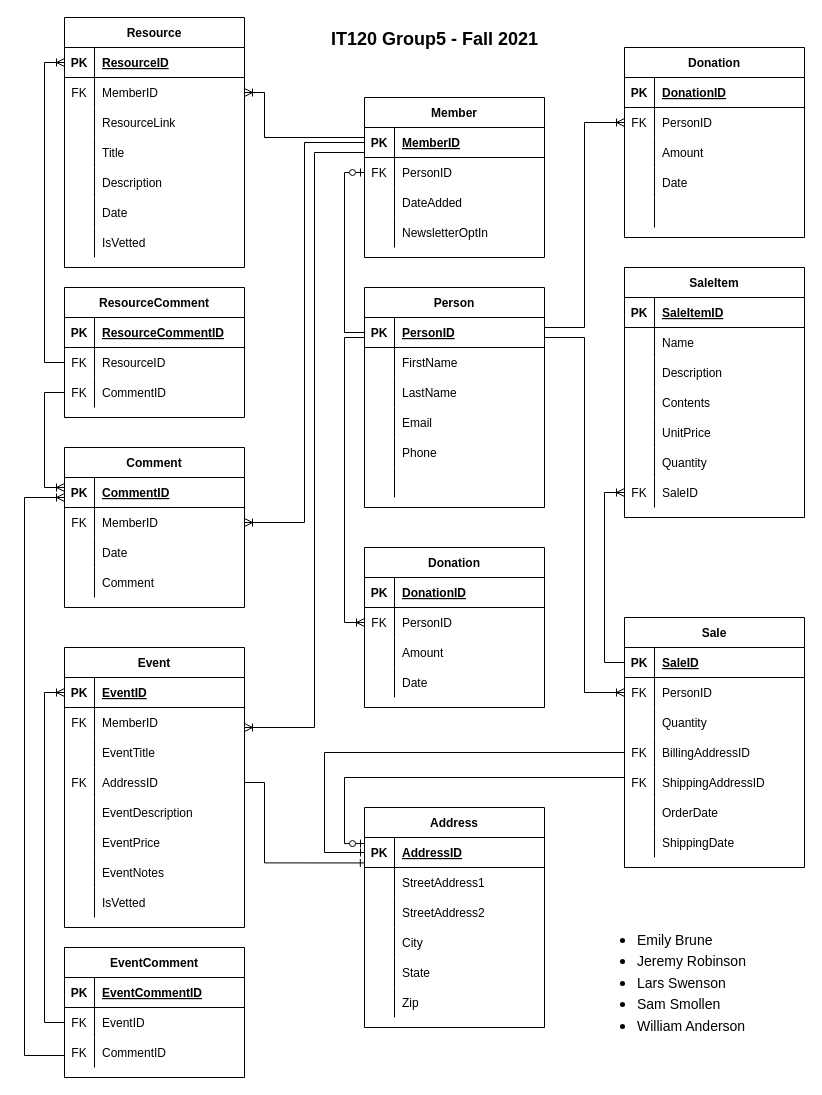
This is Diagrams/ClimateEntityDiagram.drawio from BeartoothHiker/it-120-group-project, a draw.io file, before an edit. Source tidied: cells renumbered, new cells numbered last; positions are measured from the earlier drawing's top-left corner, leaving out a move shared by most shapes. Both pictures are drawn from the tidied source at 100%, with x=0, y=0 at pixel (24, 17).
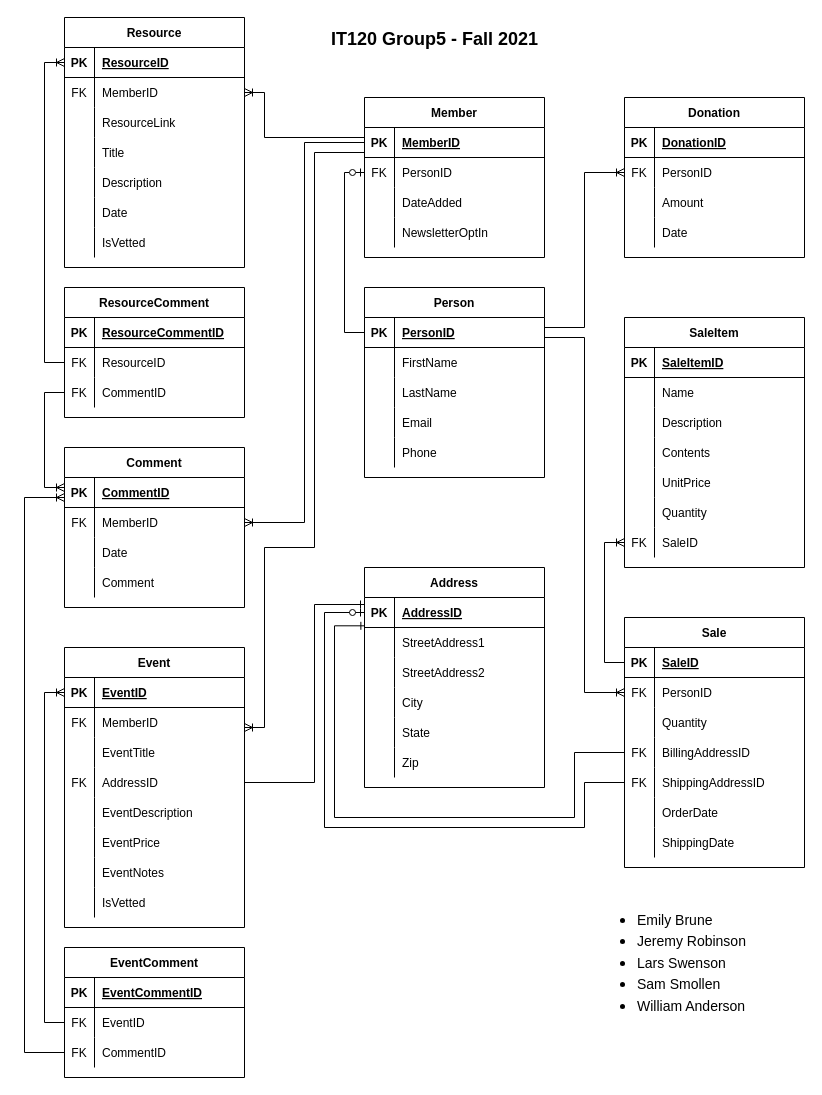
Above is the later version.

Commit message:
Remove duplicate Donation table

The change refers to these unchanged cells:
```xml
<mxCell id="3" style="shape=partialRectangle;fillColor=none;top=0;left=0;bottom=1;right=0;points=[[0,0.5],[1,0.5]];portConstraint=eastwest;" parent="2" vertex="1">
  <mxGeometry y="30" width="180" height="30" as="geometry" />
</mxCell>
<mxCell id="66" style="shape=partialRectangle;fillColor=none;top=0;left=0;bottom=0;right=0;points=[[0,0.5],[1,0.5]];portConstraint=eastwest;" parent="56" vertex="1">
  <mxGeometry y="120" width="180" height="30" as="geometry" />
</mxCell>
<mxCell id="101" style="shape=partialRectangle;fillColor=none;top=0;left=0;bottom=0;right=0;points=[[0,0.5],[1,0.5]];portConstraint=eastwest;" parent="97" vertex="1">
  <mxGeometry y="60" width="180" height="30" as="geometry" />
</mxCell>
<mxCell id="115" style="shape=partialRectangle;fillColor=none;top=0;left=0;bottom=1;right=0;points=[[0,0.5],[1,0.5]];portConstraint=eastwest;" parent="114" vertex="1">
  <mxGeometry y="30" width="180" height="30" as="geometry" />
</mxCell>
<mxCell id="124" style="shape=partialRectangle;fillColor=none;top=0;left=0;bottom=0;right=0;points=[[0,0.5],[1,0.5]];portConstraint=eastwest;" parent="114" vertex="1">
  <mxGeometry y="120" width="180" height="30" as="geometry" />
</mxCell>
<mxCell id="127" style="shape=partialRectangle;fillColor=none;top=0;left=0;bottom=0;right=0;points=[[0,0.5],[1,0.5]];portConstraint=eastwest;" parent="114" vertex="1">
  <mxGeometry y="150" width="180" height="30" as="geometry" />
</mxCell>
<mxCell id="137" style="shape=partialRectangle;fillColor=none;top=0;left=0;bottom=1;right=0;points=[[0,0.5],[1,0.5]];portConstraint=eastwest;" parent="136" vertex="1">
  <mxGeometry y="30" width="180" height="30" as="geometry" />
</mxCell>
<mxCell id="175" style="shape=partialRectangle;fillColor=none;top=0;left=0;bottom=0;right=0;points=[[0,0.5],[1,0.5]];portConstraint=eastwest;" parent="156" vertex="1">
  <mxGeometry y="210" width="180" height="30" as="geometry" />
</mxCell>
<mxCell id="191" style="shape=partialRectangle;fillColor=none;top=0;left=0;bottom=0;right=0;points=[[0,0.5],[1,0.5]];portConstraint=eastwest;" parent="184" vertex="1">
  <mxGeometry y="90" width="180" height="30" as="geometry" />
</mxCell>
```

Change to the diagram source:
```diff
@@
     <mxCell id="2" value="Person" style="shape=table;startSize=30;childLayout=tableLayout;rowLines=0;fontStyle=1;align=center;" parent="1" vertex="1">
-      <mxGeometry x="340" y="270" width="180" height="220" as="geometry" />
+      <mxGeometry x="340" y="270" width="180" height="190" as="geometry" />
     </mxCell>
@@
-    <mxCell id="18" style="shape=partialRectangle;fillColor=none;top=0;left=0;bottom=0;right=0;" parent="2" vertex="1">
-      <mxGeometry y="180" width="180" height="30" as="geometry" />
-    </mxCell>
-    <mxCell id="19" style="shape=partialRectangle;fillColor=none;top=0;left=0;bottom=0;right=0;overflow=hidden;" parent="18" vertex="1">
-      <mxGeometry width="30" height="30" as="geometry" />
-    </mxCell>
-    <mxCell id="20" style="shape=partialRectangle;fillColor=none;top=0;left=0;bottom=0;right=0;align=left;spacingLeft=6;overflow=hidden;" parent="18" vertex="1">
-      <mxGeometry x="30" width="150" height="30" as="geometry" />
-    </mxCell>
@@
     <mxCell id="94" style="edgeStyle=orthogonalEdgeStyle;fontSize=12;html=1;endArrow=ERoneToMany;endFill=0;rounded=0;exitX=0;exitY=0.5;exitDx=0;exitDy=0;entryX=1;entryY=0.5;entryDx=0;entryDy=0;" parent="1" edge="1">
       <mxGeometry relative="1" as="geometry">
         <mxPoint x="340" y="130" as="sourcePoint" />
         <mxPoint x="220" y="710" as="targetPoint" />
         <Array as="points">
           <mxPoint x="340" y="135" />
           <mxPoint x="290" y="135" />
-          <mxPoint x="290" y="710" />
+          <mxPoint x="290" y="530" />
+          <mxPoint x="240" y="530" />
+          <mxPoint x="240" y="710" />
         </Array>
       </mxGeometry>
     </mxCell>
@@
     <mxCell id="97" value="Donation" style="shape=table;startSize=30;childLayout=tableLayout;rowLines=0;fontStyle=1;align=center;" parent="1" vertex="1">
-      <mxGeometry x="600" y="30" width="180" height="190" as="geometry" />
+      <mxGeometry x="600" y="80" width="180" height="160" as="geometry" />
     </mxCell>
@@
-    <mxCell id="110" style="shape=partialRectangle;fillColor=none;top=0;left=0;bottom=0;right=0;" parent="97" vertex="1">
-      <mxGeometry y="150" width="180" height="30" as="geometry" />
-    </mxCell>
-    <mxCell id="111" style="shape=partialRectangle;fillColor=none;top=0;left=0;bottom=0;right=0;overflow=hidden;" parent="110" vertex="1">
-      <mxGeometry width="30" height="30" as="geometry" />
-    </mxCell>
-    <mxCell id="112" style="shape=partialRectangle;fillColor=none;top=0;left=0;bottom=0;right=0;align=left;spacingLeft=6;overflow=hidden;" parent="110" vertex="1">
-      <mxGeometry x="30" width="150" height="30" as="geometry" />
-    </mxCell>
     <mxCell id="113" style="edgeStyle=orthogonalEdgeStyle;fontSize=12;html=1;endArrow=ERoneToMany;rounded=0;entryX=0;entryY=0.5;entryDx=0;entryDy=0;exitX=1;exitY=0.5;exitDx=0;exitDy=0;" parent="1" edge="1" source="3" target="101">
       <mxGeometry relative="1" as="geometry">
         <Array as="points">
           <mxPoint x="520" y="310" />
           <mxPoint x="560" y="310" />
-          <mxPoint x="560" y="105" />
+          <mxPoint x="560" y="155" />
         </Array>
       </mxGeometry>
     </mxCell>
@@
     <mxCell id="136" value="Address" style="shape=table;startSize=30;childLayout=tableLayout;rowLines=0;fontStyle=1;align=center;" parent="1" vertex="1">
-      <mxGeometry x="340" y="790" width="180" height="220" as="geometry" />
+      <mxGeometry x="340" y="550" width="180" height="220" as="geometry" />
     </mxCell>
@@
-    <mxCell id="155" style="edgeStyle=orthogonalEdgeStyle;fontSize=12;html=1;endArrow=ERzeroToOne;endFill=1;rounded=0;exitX=0;exitY=0.5;exitDx=0;exitDy=0;entryX=0;entryY=0.202;entryDx=0;entryDy=0;entryPerimeter=0;" parent="1" edge="1" source="127" target="137">
+    <mxCell id="155" style="edgeStyle=orthogonalEdgeStyle;fontSize=12;html=1;endArrow=ERzeroToOne;endFill=1;rounded=0;exitX=0;exitY=0.5;exitDx=0;exitDy=0;entryX=0;entryY=0.5;entryDx=0;entryDy=0;" parent="1" edge="1" source="127" target="137">
       <mxGeometry relative="1" as="geometry">
         <Array as="points">
-          <mxPoint x="600" y="760" />
-          <mxPoint x="320" y="760" />
-          <mxPoint x="320" y="826" />
+          <mxPoint x="560" y="765" />
+          <mxPoint x="560" y="810" />
+          <mxPoint x="300" y="810" />
+          <mxPoint x="300" y="595" />
         </Array>
       </mxGeometry>
     </mxCell>
     <mxCell id="156" value="SaleItem" style="shape=table;startSize=30;childLayout=tableLayout;rowLines=0;fontStyle=1;align=center;" parent="1" vertex="1">
-      <mxGeometry x="600" y="250" width="180" height="250" as="geometry" />
+      <mxGeometry x="600" y="300" width="180" height="250" as="geometry" />
     </mxCell>
@@
-    <mxCell id="179" style="edgeStyle=orthogonalEdgeStyle;fontSize=12;html=1;endArrow=ERoneToMany;rounded=0;exitX=0;exitY=0.5;exitDx=0;exitDy=0;entryX=0;entryY=0.5;entryDx=0;entryDy=0;" parent="1" edge="1" source="3" target="212">
-      <mxGeometry relative="1" as="geometry">
-        <Array as="points">
-          <mxPoint x="340" y="320" />
-          <mxPoint x="320" y="320" />
-          <mxPoint x="320" y="605" />
-        </Array>
-      </mxGeometry>
-    </mxCell>
-    <mxCell id="180" style="edgeStyle=orthogonalEdgeStyle;fontSize=12;html=1;endArrow=ERone;endFill=1;rounded=0;entryX=-0.001;entryY=0.848;entryDx=0;entryDy=0;entryPerimeter=0;exitX=1;exitY=0.5;exitDx=0;exitDy=0;" parent="1" edge="1" source="66" target="137">
+    <mxCell id="180" style="edgeStyle=orthogonalEdgeStyle;fontSize=12;html=1;endArrow=ERone;endFill=1;rounded=0;exitX=1;exitY=0.5;exitDx=0;exitDy=0;" parent="1" edge="1" source="66">
       <mxGeometry relative="1" as="geometry">
+        <mxPoint x="340" y="587" as="targetPoint" />
         <Array as="points">
-          <mxPoint x="240" y="765" />
-          <mxPoint x="240" y="845" />
-          <mxPoint x="340" y="845" />
+          <mxPoint x="290" y="765" />
+          <mxPoint x="290" y="587" />
         </Array>
       </mxGeometry>
     </mxCell>
     <mxCell id="181" style="edgeStyle=orthogonalEdgeStyle;fontSize=12;html=1;endArrow=ERoneToMany;rounded=0;entryX=0;entryY=0.5;entryDx=0;entryDy=0;exitX=0;exitY=0.5;exitDx=0;exitDy=0;" parent="1" edge="1" source="115" target="175">
       <mxGeometry relative="1" as="geometry">
         <Array as="points">
           <mxPoint x="580" y="645" />
-          <mxPoint x="580" y="475" />
+          <mxPoint x="580" y="525" />
         </Array>
       </mxGeometry>
     </mxCell>
-    <mxCell id="182" style="edgeStyle=orthogonalEdgeStyle;fontSize=12;html=1;endArrow=ERone;rounded=0;exitX=0;exitY=0.5;exitDx=0;exitDy=0;entryX=0;entryY=0.5;entryDx=0;entryDy=0;endFill=0;" parent="1" edge="1" source="124" target="137">
+    <mxCell id="182" style="edgeStyle=orthogonalEdgeStyle;fontSize=12;html=1;endArrow=ERone;rounded=0;exitX=0;exitY=0.5;exitDx=0;exitDy=0;endFill=0;entryX=0.002;entryY=0.944;entryDx=0;entryDy=0;entryPerimeter=0;" parent="1" edge="1" source="124" target="137">
       <mxGeometry relative="1" as="geometry">
         <Array as="points">
-          <mxPoint x="300" y="735" />
-          <mxPoint x="300" y="835" />
+          <mxPoint x="550" y="735" />
+          <mxPoint x="550" y="800" />
+          <mxPoint x="310" y="800" />
+          <mxPoint x="310" y="608" />
         </Array>
       </mxGeometry>
     </mxCell>
@@
     <mxCell id="204" style="edgeStyle=orthogonalEdgeStyle;fontSize=12;html=1;endArrow=ERoneToMany;rounded=0;endFill=0;exitX=0;exitY=0.5;exitDx=0;exitDy=0;" parent="1" edge="1" source="191">
       <mxGeometry relative="1" as="geometry">
         <mxPoint x="40" y="480" as="targetPoint" />
         <Array as="points">
-          <mxPoint x="40" y="1038" />
-          <mxPoint y="1038" />
+          <mxPoint y="1035" />
           <mxPoint y="480" />
         </Array>
       </mxGeometry>
     </mxCell>
@@
-    <mxCell id="208" value="Donation" style="shape=table;startSize=30;childLayout=tableLayout;rowLines=0;fontStyle=1;align=center;" parent="1" vertex="1">
-      <mxGeometry x="340" y="530" width="180" height="160" as="geometry" />
-    </mxCell>
-    <mxCell id="209" style="shape=partialRectangle;fillColor=none;top=0;left=0;bottom=1;right=0;" parent="208" vertex="1">
-      <mxGeometry y="30" width="180" height="30" as="geometry" />
-    </mxCell>
-    <mxCell id="210" value="PK" style="shape=partialRectangle;fillColor=none;top=0;left=0;bottom=0;right=0;fontStyle=1;overflow=hidden;" parent="209" vertex="1">
-      <mxGeometry width="30" height="30" as="geometry" />
-    </mxCell>
-    <mxCell id="211" value="DonationID" style="shape=partialRectangle;fillColor=none;top=0;left=0;bottom=0;right=0;align=left;spacingLeft=6;fontStyle=5;overflow=hidden;" parent="209" vertex="1">
-      <mxGeometry x="30" width="150" height="30" as="geometry" />
-    </mxCell>
-    <mxCell id="212" style="shape=partialRectangle;fillColor=none;top=0;left=0;bottom=0;right=0;points=[[0,0.5],[1,0.5]];portConstraint=eastwest;" parent="208" vertex="1">
-      <mxGeometry y="60" width="180" height="30" as="geometry" />
-    </mxCell>
-    <mxCell id="213" value="FK" style="shape=partialRectangle;fillColor=none;top=0;left=0;bottom=0;right=0;overflow=hidden;" parent="212" vertex="1">
-      <mxGeometry width="30" height="30" as="geometry" />
-    </mxCell>
-    <mxCell id="214" value="PersonID" style="shape=partialRectangle;fillColor=none;top=0;left=0;bottom=0;right=0;align=left;spacingLeft=6;overflow=hidden;" parent="212" vertex="1">
-      <mxGeometry x="30" width="150" height="30" as="geometry" />
-    </mxCell>
-    <mxCell id="215" style="shape=partialRectangle;fillColor=none;top=0;left=0;bottom=0;right=0;" parent="208" vertex="1">
-      <mxGeometry y="90" width="180" height="30" as="geometry" />
-    </mxCell>
-    <mxCell id="216" style="shape=partialRectangle;fillColor=none;top=0;left=0;bottom=0;right=0;overflow=hidden;" parent="215" vertex="1">
-      <mxGeometry width="30" height="30" as="geometry" />
-    </mxCell>
-    <mxCell id="217" value="Amount" style="shape=partialRectangle;fillColor=none;top=0;left=0;bottom=0;right=0;align=left;spacingLeft=6;overflow=hidden;" parent="215" vertex="1">
-      <mxGeometry x="30" width="150" height="30" as="geometry" />
-    </mxCell>
-    <mxCell id="218" style="shape=partialRectangle;fillColor=none;top=0;left=0;bottom=0;right=0;" parent="208" vertex="1">
-      <mxGeometry y="120" width="180" height="30" as="geometry" />
-    </mxCell>
-    <mxCell id="219" style="shape=partialRectangle;fillColor=none;top=0;left=0;bottom=0;right=0;overflow=hidden;" parent="218" vertex="1">
-      <mxGeometry width="30" height="30" as="geometry" />
-    </mxCell>
-    <mxCell id="220" value="Date" style="shape=partialRectangle;fillColor=none;top=0;left=0;bottom=0;right=0;align=left;spacingLeft=6;overflow=hidden;" parent="218" vertex="1">
-      <mxGeometry x="30" width="150" height="30" as="geometry" />
-    </mxCell>
@@
     <mxCell id="222" value="&lt;ul&gt;&lt;li&gt;&lt;font style=&quot;font-size: 14px&quot;&gt;Emily Brune&lt;/font&gt;&lt;/li&gt;&lt;li&gt;&lt;font style=&quot;font-size: 14px&quot;&gt;Jeremy Robinso&lt;font&gt;n&lt;/font&gt;&lt;/font&gt;&lt;/li&gt;&lt;li&gt;&lt;font style=&quot;font-size: 14px&quot;&gt;Lars Swenson&lt;/font&gt;&lt;/li&gt;&lt;li&gt;&lt;font style=&quot;font-size: 14px&quot;&gt;Sam Smollen&lt;/font&gt;&lt;/li&gt;&lt;li&gt;&lt;font style=&quot;font-size: 14px&quot;&gt;William Anderson&lt;/font&gt;&lt;/li&gt;&lt;/ul&gt;" style="text;strokeColor=none;fillColor=none;html=1;whiteSpace=wrap;verticalAlign=middle;overflow=hidden;fontSize=18;" parent="1" vertex="1">
-      <mxGeometry x="571" y="890" width="209" height="150" as="geometry" />
+      <mxGeometry x="571" y="870" width="209" height="150" as="geometry" />
     </mxCell>
```
